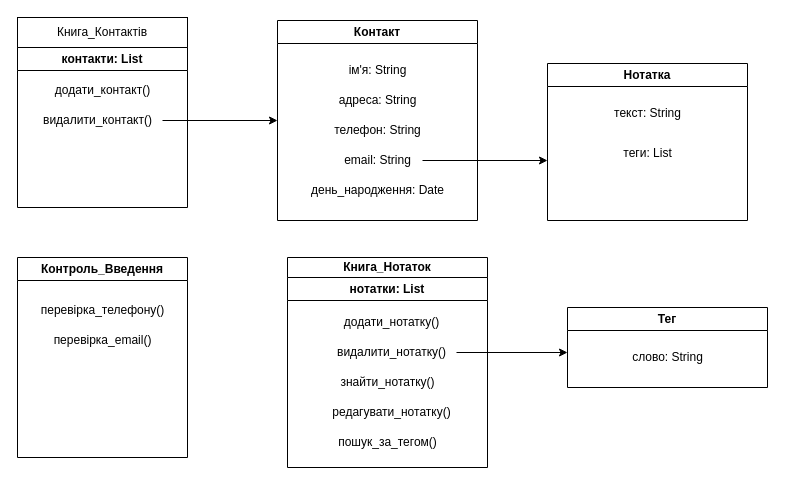
Above: Діаграма без назви.drawio in Hyrysake/Team-Project-Code-of-Snake- (draw.io), before the change. Source tidied: cells renumbered, new cells numbered last; positions are measured from the earlier drawing's top-left corner, leaving out a move shared by most shapes. Both pictures are drawn from the tidied source at 100%, with x=0, y=0 at pixel (17, 17).
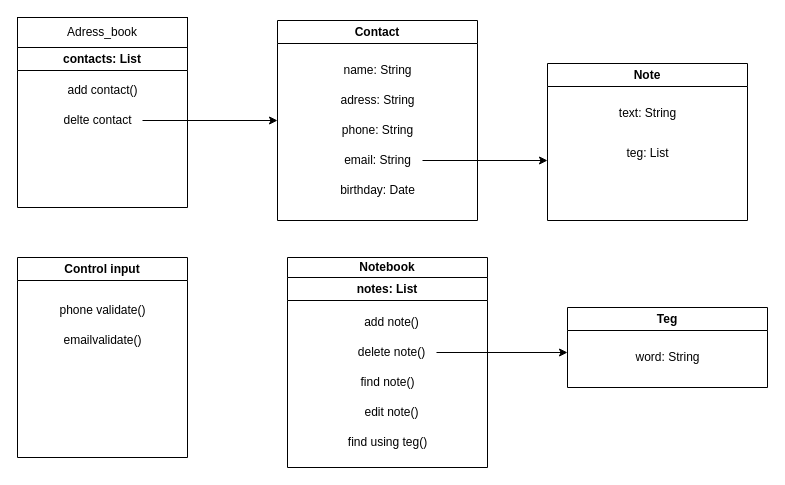
Above is the later version.

Change to the diagram source:
```diff
@@
-    <mxCell id="2" value="Книга_Контактів" style="rounded=0;whiteSpace=wrap;html=1;" parent="1" vertex="1">
+    <mxCell id="2" value="Adress_book" style="rounded=0;whiteSpace=wrap;html=1;" parent="1" vertex="1">
       <mxGeometry width="170" height="30" as="geometry" />
     </mxCell>
-    <mxCell id="3" value="контакти: List" style="swimlane;whiteSpace=wrap;html=1;" parent="1" vertex="1">
+    <mxCell id="3" value="contacts: List" style="swimlane;whiteSpace=wrap;html=1;" parent="1" vertex="1">
       <mxGeometry y="30" width="170" height="160" as="geometry" />
     </mxCell>
-    <mxCell id="4" value="додати_контакт()" style="text;html=1;align=center;verticalAlign=middle;strokeColor=none;fillColor=none;" parent="3" vertex="1">
-      <mxGeometry x="25" y="28" width="120" height="30" as="geometry" />
+    <mxCell id="4" value="add contact()" style="text;html=1;align=center;verticalAlign=middle;strokeColor=none;fillColor=none;" parent="3" vertex="1">
+      <mxGeometry x="40" y="28" width="90" height="30" as="geometry" />
     </mxCell>
-    <mxCell id="5" value="видалити_контакт()" style="text;html=1;align=center;verticalAlign=middle;points=[];strokeColor=none;fillColor=none;" parent="3" vertex="1">
-      <mxGeometry x="15" y="58" width="130" height="30" as="geometry" />
+    <mxCell id="5" value="delte contact" style="text;html=1;align=center;verticalAlign=middle;points=[];strokeColor=none;fillColor=none;" parent="3" vertex="1">
+      <mxGeometry x="35" y="58" width="90" height="30" as="geometry" />
     </mxCell>
-    <mxCell id="6" value="Контакт" style="swimlane;whiteSpace=wrap;html=1;" parent="1" vertex="1">
+    <mxCell id="6" value="Contact" style="swimlane;whiteSpace=wrap;html=1;" parent="1" vertex="1">
       <mxGeometry x="260" y="3" width="200" height="200" as="geometry" />
     </mxCell>
-    <mxCell id="7" value="ім'я: String" style="text;html=1;align=center;verticalAlign=middle;strokeColor=none;fillColor=none;" parent="6" vertex="1">
-      <mxGeometry x="60" y="35" width="80" height="30" as="geometry" />
+    <mxCell id="7" value="name: String" style="text;html=1;align=center;verticalAlign=middle;strokeColor=none;fillColor=none;" parent="6" vertex="1">
+      <mxGeometry x="55" y="35" width="90" height="30" as="geometry" />
     </mxCell>
-    <mxCell id="8" value="адреса: String" style="text;html=1;align=center;verticalAlign=middle;strokeColor=none;fillColor=none;" parent="6" vertex="1">
+    <mxCell id="8" value="adress: String" style="text;html=1;align=center;verticalAlign=middle;strokeColor=none;fillColor=none;" parent="6" vertex="1">
       <mxGeometry x="50" y="65" width="100" height="30" as="geometry" />
     </mxCell>
-    <mxCell id="9" value="телефон: String" style="text;html=1;align=center;verticalAlign=middle;strokeColor=none;fillColor=none;" parent="6" vertex="1">
-      <mxGeometry x="45" y="95" width="110" height="30" as="geometry" />
+    <mxCell id="9" value="phone: String" style="text;html=1;align=center;verticalAlign=middle;strokeColor=none;fillColor=none;" parent="6" vertex="1">
+      <mxGeometry x="55" y="95" width="90" height="30" as="geometry" />
     </mxCell>
@@
-    <mxCell id="12" value="день_народження: Date" style="text;html=1;align=center;verticalAlign=middle;strokeColor=none;fillColor=none;" parent="6" vertex="1">
-      <mxGeometry x="20" y="155" width="160" height="30" as="geometry" />
+    <mxCell id="12" value="birthday: Date" style="text;html=1;align=center;verticalAlign=middle;strokeColor=none;fillColor=none;" parent="6" vertex="1">
+      <mxGeometry x="50" y="155" width="100" height="30" as="geometry" />
     </mxCell>
@@
-    <mxCell id="14" value="Нотатка" style="swimlane;whiteSpace=wrap;html=1;" parent="1" vertex="1">
+    <mxCell id="14" value="Note" style="swimlane;whiteSpace=wrap;html=1;" parent="1" vertex="1">
       <mxGeometry x="530" y="46" width="200" height="157" as="geometry" />
     </mxCell>
-    <mxCell id="15" value="текст: String" style="text;html=1;align=center;verticalAlign=middle;strokeColor=none;fillColor=none;" parent="14" vertex="1">
-      <mxGeometry x="55" y="35" width="90" height="30" as="geometry" />
+    <mxCell id="15" value="text: String" style="text;html=1;align=center;verticalAlign=middle;strokeColor=none;fillColor=none;" parent="14" vertex="1">
+      <mxGeometry x="60" y="35" width="80" height="30" as="geometry" />
     </mxCell>
-    <mxCell id="16" value="теги: List" style="text;html=1;align=center;verticalAlign=middle;strokeColor=none;fillColor=none;" parent="14" vertex="1">
+    <mxCell id="16" value="teg: List" style="text;html=1;align=center;verticalAlign=middle;strokeColor=none;fillColor=none;" parent="14" vertex="1">
       <mxGeometry x="65" y="75" width="70" height="30" as="geometry" />
     </mxCell>
-    <mxCell id="17" value="Контроль_Введення" style="swimlane;whiteSpace=wrap;html=1;" parent="1" vertex="1">
+    <mxCell id="17" value="Control input" style="swimlane;whiteSpace=wrap;html=1;" parent="1" vertex="1">
       <mxGeometry y="240" width="170" height="200" as="geometry" />
     </mxCell>
-    <mxCell id="18" value="перевірка_телефону()" style="text;html=1;align=center;verticalAlign=middle;strokeColor=none;fillColor=none;" parent="17" vertex="1">
-      <mxGeometry x="10" y="38" width="150" height="30" as="geometry" />
+    <mxCell id="18" value="phone validate()" style="text;html=1;align=center;verticalAlign=middle;strokeColor=none;fillColor=none;" parent="17" vertex="1">
+      <mxGeometry x="30" y="38" width="110" height="30" as="geometry" />
     </mxCell>
-    <mxCell id="19" value="перевірка_email()" style="text;html=1;align=center;verticalAlign=middle;strokeColor=none;fillColor=none;" parent="17" vertex="1">
-      <mxGeometry x="25" y="68" width="120" height="30" as="geometry" />
+    <mxCell id="19" value="emailvalidate()" style="text;html=1;align=center;verticalAlign=middle;strokeColor=none;fillColor=none;" parent="17" vertex="1">
+      <mxGeometry x="35" y="68" width="100" height="30" as="geometry" />
     </mxCell>
-    <mxCell id="20" value="Книга_Нотаток" style="swimlane;whiteSpace=wrap;html=1;" parent="1" vertex="1">
+    <mxCell id="20" value="Notebook" style="swimlane;whiteSpace=wrap;html=1;" parent="1" vertex="1">
       <mxGeometry x="270" y="240" width="200" height="20" as="geometry" />
     </mxCell>
-    <mxCell id="21" value="нотатки: List" style="swimlane;whiteSpace=wrap;html=1;" parent="1" vertex="1">
+    <mxCell id="21" value="notes: List" style="swimlane;whiteSpace=wrap;html=1;" parent="1" vertex="1">
       <mxGeometry x="270" y="260" width="200" height="190" as="geometry" />
     </mxCell>
-    <mxCell id="22" value="додати_нотатку()" style="text;html=1;align=center;verticalAlign=middle;strokeColor=none;fillColor=none;" parent="21" vertex="1">
-      <mxGeometry x="44" y="30" width="120" height="30" as="geometry" />
+    <mxCell id="22" value="add note()" style="text;html=1;align=center;verticalAlign=middle;strokeColor=none;fillColor=none;" parent="21" vertex="1">
+      <mxGeometry x="64" y="30" width="80" height="30" as="geometry" />
     </mxCell>
@@
-    <mxCell id="24" value="видалити_нотатку()" style="text;html=1;align=center;verticalAlign=middle;points=[];strokeColor=none;fillColor=none;" parent="21" vertex="1">
-      <mxGeometry x="39" y="60" width="130" height="30" as="geometry" />
+    <mxCell id="24" value="delete note()" style="text;html=1;align=center;verticalAlign=middle;points=[];strokeColor=none;fillColor=none;" parent="21" vertex="1">
+      <mxGeometry x="59" y="60" width="90" height="30" as="geometry" />
     </mxCell>
-    <mxCell id="25" value="знайти_нотатку()" style="text;html=1;align=center;verticalAlign=middle;strokeColor=none;fillColor=none;" parent="21" vertex="1">
-      <mxGeometry x="40" y="90" width="120" height="30" as="geometry" />
+    <mxCell id="25" value="find note()" style="text;html=1;align=center;verticalAlign=middle;strokeColor=none;fillColor=none;" parent="21" vertex="1">
+      <mxGeometry x="60" y="90" width="80" height="30" as="geometry" />
     </mxCell>
-    <mxCell id="26" value="редагувати_нотатку()" style="text;html=1;align=center;verticalAlign=middle;strokeColor=none;fillColor=none;" parent="21" vertex="1">
-      <mxGeometry x="34" y="120" width="140" height="30" as="geometry" />
+    <mxCell id="26" value="edit note()" style="text;html=1;align=center;verticalAlign=middle;strokeColor=none;fillColor=none;" parent="21" vertex="1">
+      <mxGeometry x="64" y="120" width="80" height="30" as="geometry" />
     </mxCell>
-    <mxCell id="27" value="пошук_за_тегом()" style="text;html=1;align=center;verticalAlign=middle;strokeColor=none;fillColor=none;" parent="21" vertex="1">
-      <mxGeometry x="40" y="150" width="120" height="30" as="geometry" />
+    <mxCell id="27" value="find using teg()" style="text;html=1;align=center;verticalAlign=middle;strokeColor=none;fillColor=none;" parent="21" vertex="1">
+      <mxGeometry x="50" y="150" width="100" height="30" as="geometry" />
     </mxCell>
-    <mxCell id="28" value="Тег" style="swimlane;whiteSpace=wrap;html=1;" parent="1" vertex="1">
+    <mxCell id="28" value="Teg" style="swimlane;whiteSpace=wrap;html=1;" parent="1" vertex="1">
       <mxGeometry x="550" y="290" width="200" height="80" as="geometry" />
     </mxCell>
-    <mxCell id="29" value="слово: String" style="text;html=1;align=center;verticalAlign=middle;strokeColor=none;fillColor=none;" parent="28" vertex="1">
+    <mxCell id="29" value="word: String" style="text;html=1;align=center;verticalAlign=middle;strokeColor=none;fillColor=none;" parent="28" vertex="1">
       <mxGeometry x="55" y="35" width="90" height="30" as="geometry" />
     </mxCell>
```
